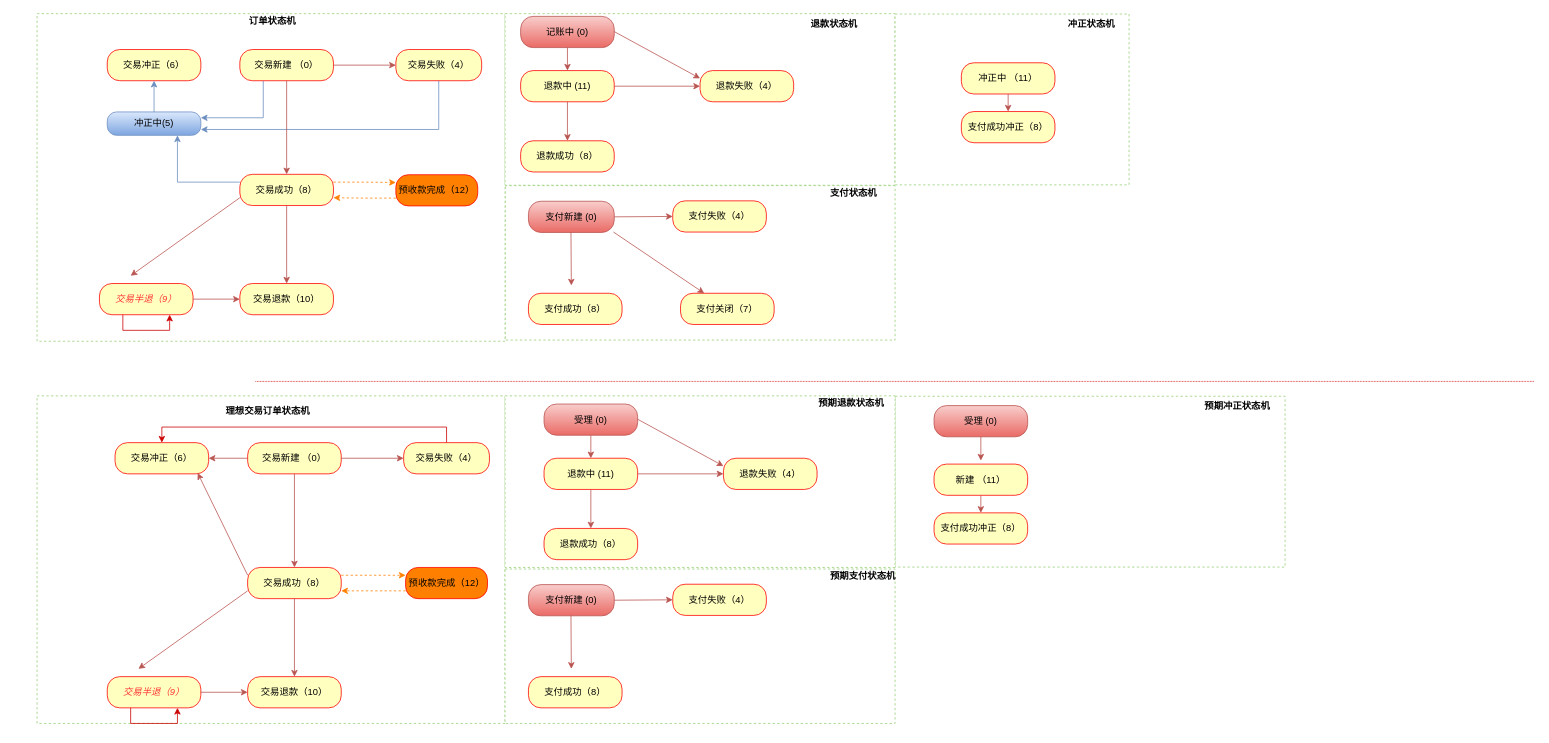
Above: 状态机2.drawio in luoyuping/drawio (draw.io), before the change. Source tidied: cells renumbered, new cells numbered last; positions are measured from the earlier drawing's top-left corner, leaving out a move shared by most shapes. Both pictures are drawn from the tidied source at 78%, with x=0, y=0 at pixel (37, 13).
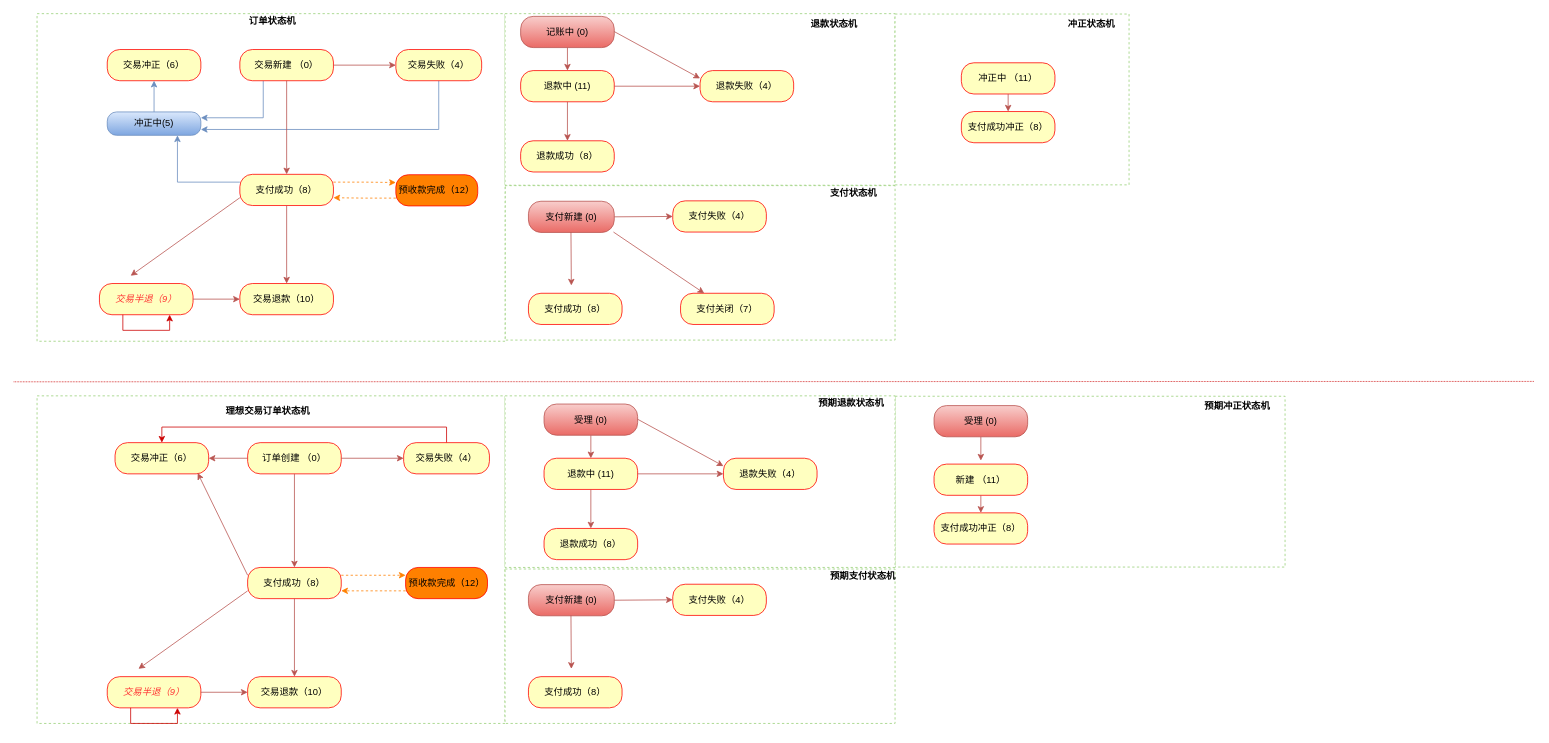
The same page after the edit.

Commit message (it also covers changes not shown here):
更新状态机2.drawio

Change to the diagram source:
```diff
@@
-    <mxCell id="4" value="交易新建 （0）" style="rounded=1;whiteSpace=wrap;html=1;arcSize=40;fillColor=#ffffc0;strokeColor=#ff0000;" parent="1" vertex="1">
+    <mxCell id="4" value="订单创建 （0）" style="rounded=1;whiteSpace=wrap;html=1;arcSize=40;fillColor=#ffffc0;strokeColor=#ff0000;" parent="1" vertex="1">
       <mxGeometry x="270" y="550" width="120" height="40" as="geometry" />
     </mxCell>
@@
-    <mxCell id="6" value="交易成功（8）" style="rounded=1;whiteSpace=wrap;html=1;arcSize=40;fillColor=#ffffc0;strokeColor=#ff0000;" parent="1" vertex="1">
+    <mxCell id="6" value="支付成功（8）" style="rounded=1;whiteSpace=wrap;html=1;arcSize=40;fillColor=#ffffc0;strokeColor=#ff0000;" parent="1" vertex="1">
       <mxGeometry x="270" y="710" width="120" height="40" as="geometry" />
     </mxCell>
@@
-    <mxCell id="26" value="交易成功（8）" style="rounded=1;whiteSpace=wrap;html=1;arcSize=40;fillColor=#ffffc0;strokeColor=#ff0000;" parent="1" vertex="1">
+    <mxCell id="26" value="支付成功（8）" style="rounded=1;whiteSpace=wrap;html=1;arcSize=40;fillColor=#ffffc0;strokeColor=#ff0000;" parent="1" vertex="1">
       <mxGeometry x="260" y="206" width="120" height="40" as="geometry" />
     </mxCell>
@@
     <mxCell id="63" style="endArrow=none;html=1;dashed=1;dashPattern=1 1;strokeColor=#CC0000;" parent="1" edge="1">
       <mxGeometry relative="1" as="geometry">
-        <mxPoint x="280" y="471.5" as="sourcePoint" />
+        <mxPoint x="-30" y="472" as="sourcePoint" />
         <mxPoint x="1920" y="471.5" as="targetPoint" />
       </mxGeometry>
     </mxCell>
```
